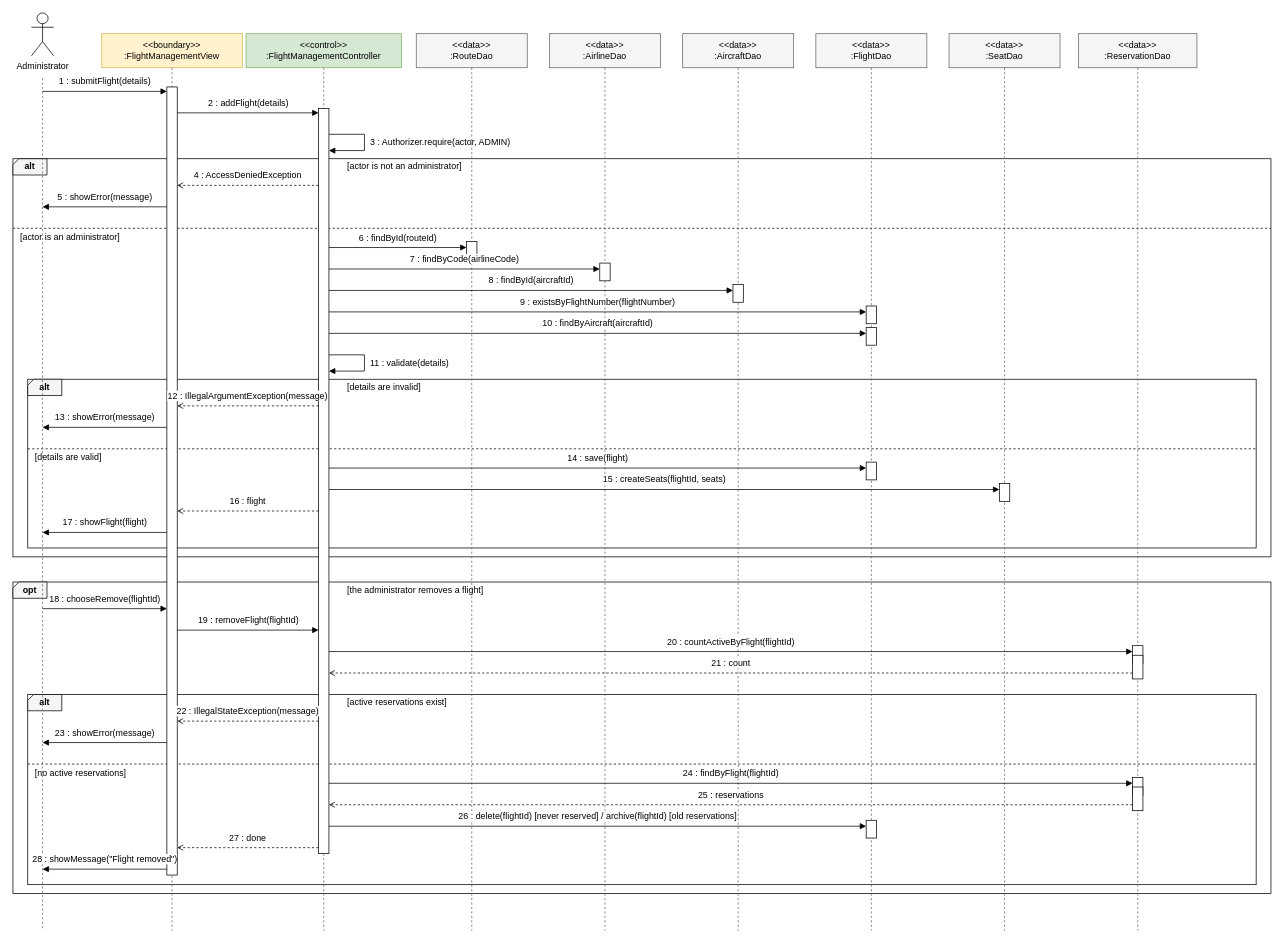
Above: docs/diagrams/src/33-sequence-manage-flights.drawio in satyambhanot/ChinookAir (draw.io), before the change. Source tidied: cells renumbered, new cells numbered last; positions are measured from the earlier drawing's top-left corner, leaving out a move shared by most shapes. Both pictures are drawn from the tidied source at 74%, with x=0, y=0 at pixel (13, 13).
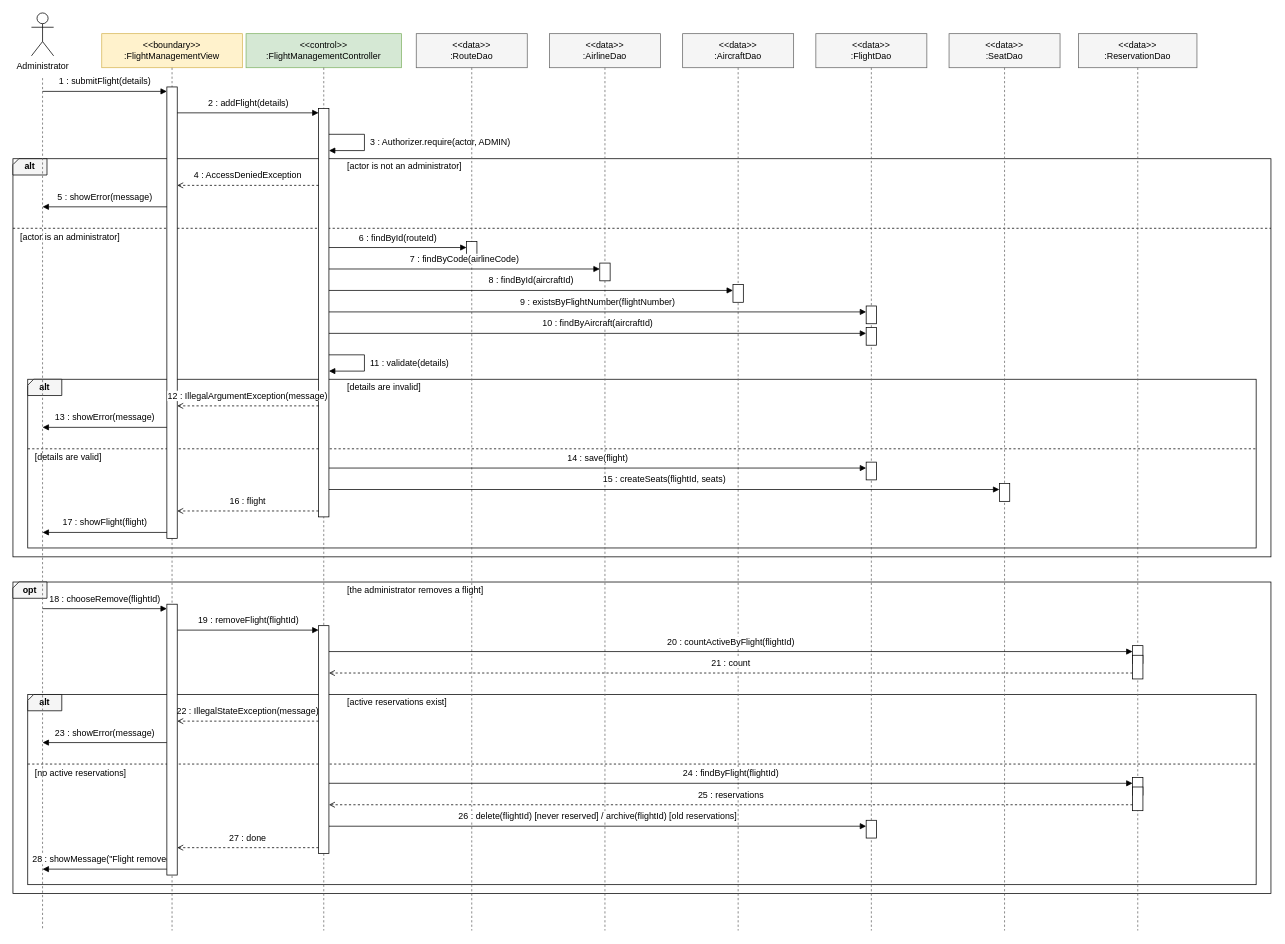
Above is the later version.

Change to the diagram source:
```diff
@@
     <mxCell id="38" style="rounded=0;html=1;fillColor=#ffffff;strokeColor=#000000;" parent="1" vertex="1">
-      <mxGeometry x="208" y="100" width="14" height="1065" as="geometry" />
+      <mxGeometry x="208" y="100" width="14" height="610" as="geometry" />
     </mxCell>
     <mxCell id="39" style="rounded=0;html=1;fillColor=#ffffff;strokeColor=#000000;" parent="1" vertex="1">
-      <mxGeometry x="413" y="129" width="14" height="1007" as="geometry" />
+      <mxGeometry x="413" y="129" width="14" height="552" as="geometry" />
     </mxCell>
@@
+    <mxCell id="82" style="rounded=0;html=1;fillColor=#ffffff;strokeColor=#000000;" parent="1" vertex="1">
+      <mxGeometry x="208" y="799" width="14" height="366" as="geometry" />
+    </mxCell>
+    <mxCell id="83" style="rounded=0;html=1;fillColor=#ffffff;strokeColor=#000000;" parent="1" vertex="1">
+      <mxGeometry x="413" y="828" width="14" height="308" as="geometry" />
+    </mxCell>
```
